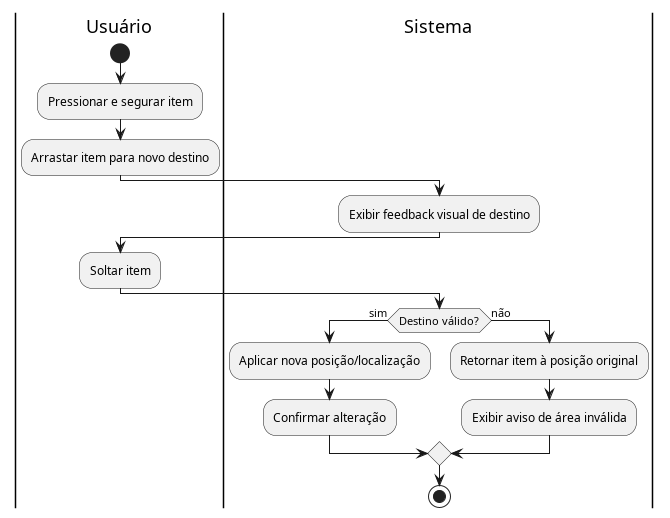
aspiringluke/Projeto-Integrado-Mobile keeps this PlantUML diagram as docs/casosUso/imagens/diagramas_atividade/diagrama_UC08.png. Above is the earlier version.
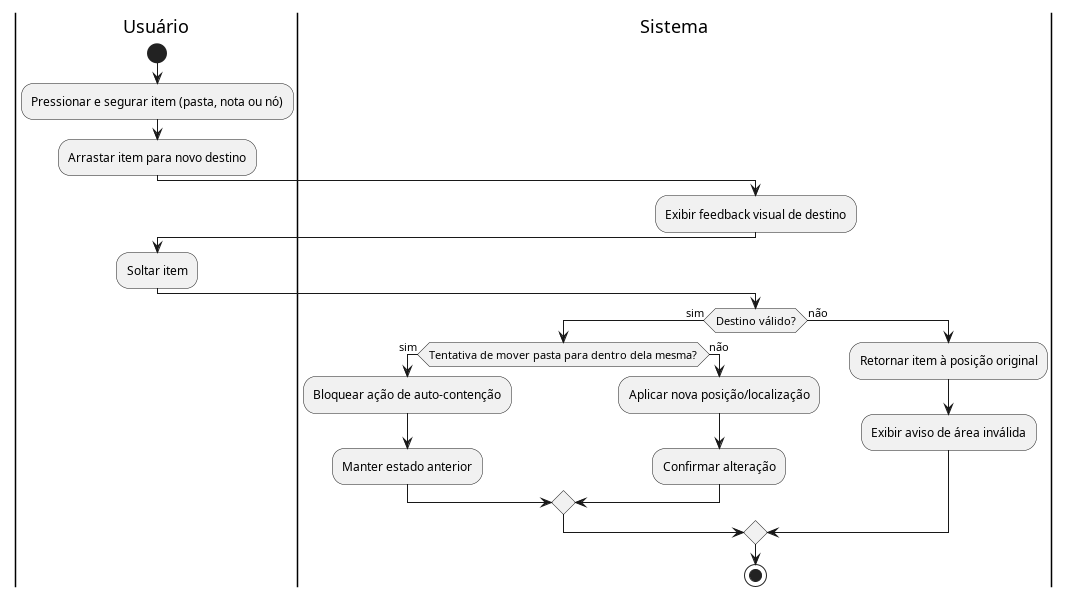
After the commit.

What changed in the source:
```diff
@@ -2,7 +2,7 @@
 
 |Usuário|
 start
-:Pressionar e segurar item;
+:Pressionar e segurar item (pasta, nota ou nó);
 :Arrastar item para novo destino;
 
 |Sistema|
@@ -12,8 +12,13 @@
 
 |Sistema|
 if (Destino válido?) then (sim)
+  if (Tentativa de mover pasta para dentro dela mesma?) then (sim)
+    :Bloquear ação de auto-contenção;
+    :Manter estado anterior;
+  else (não)
   :Aplicar nova posição/localização;
   :Confirmar alteração;
+  endif
 else (não)
   :Retornar item à posição original;
   :Exibir aviso de área inválida;
```
